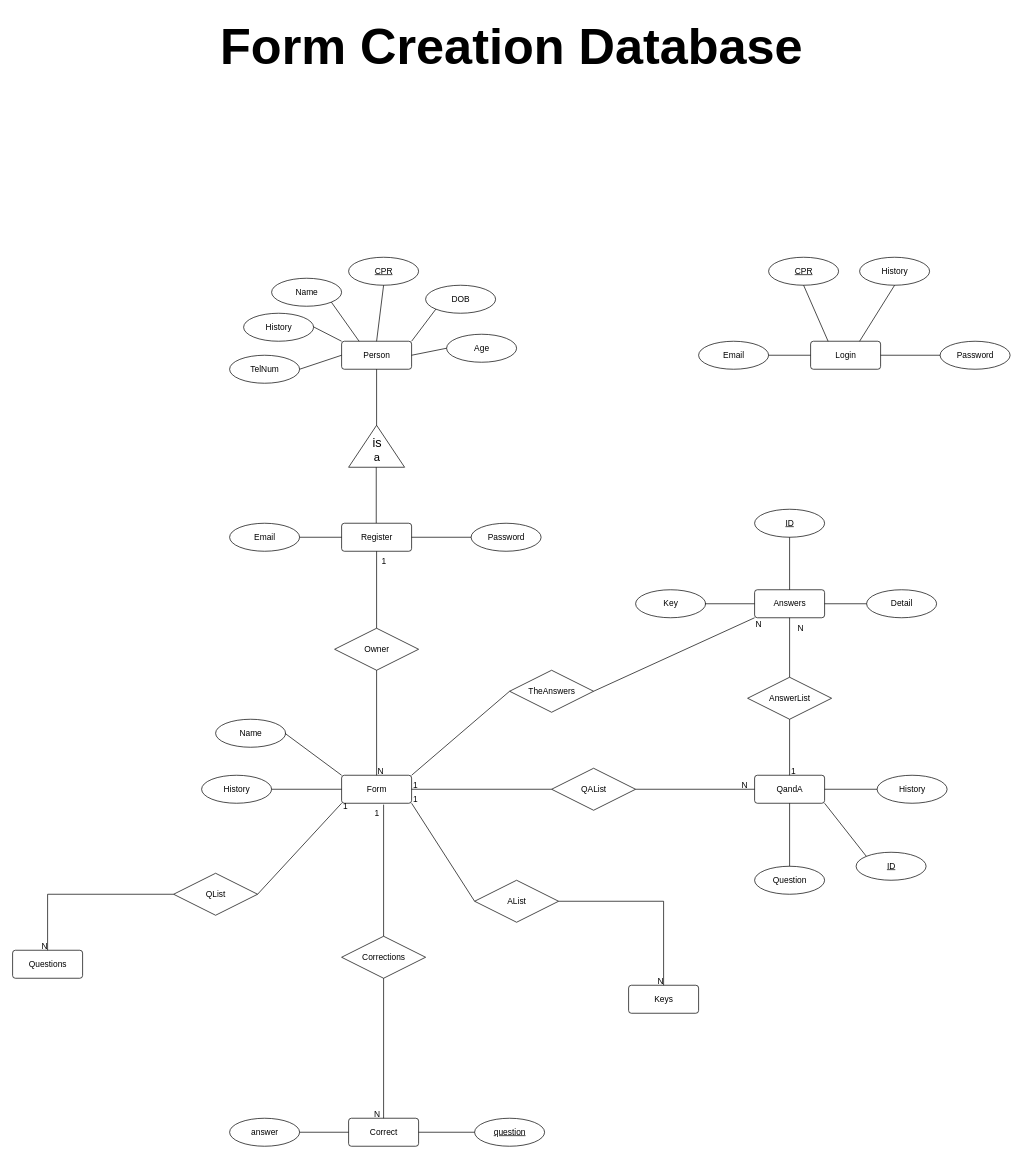
Above: Bahrainouna Project/Database_design.drawio in another4433/another4433 (draw.io), before the change. Source tidied: cells renumbered, new cells numbered last; positions are measured from the earlier drawing's top-left corner, leaving out a move shared by most shapes. Both pictures are drawn from the tidied source at 70%, with x=0, y=0 at pixel (13, 12).
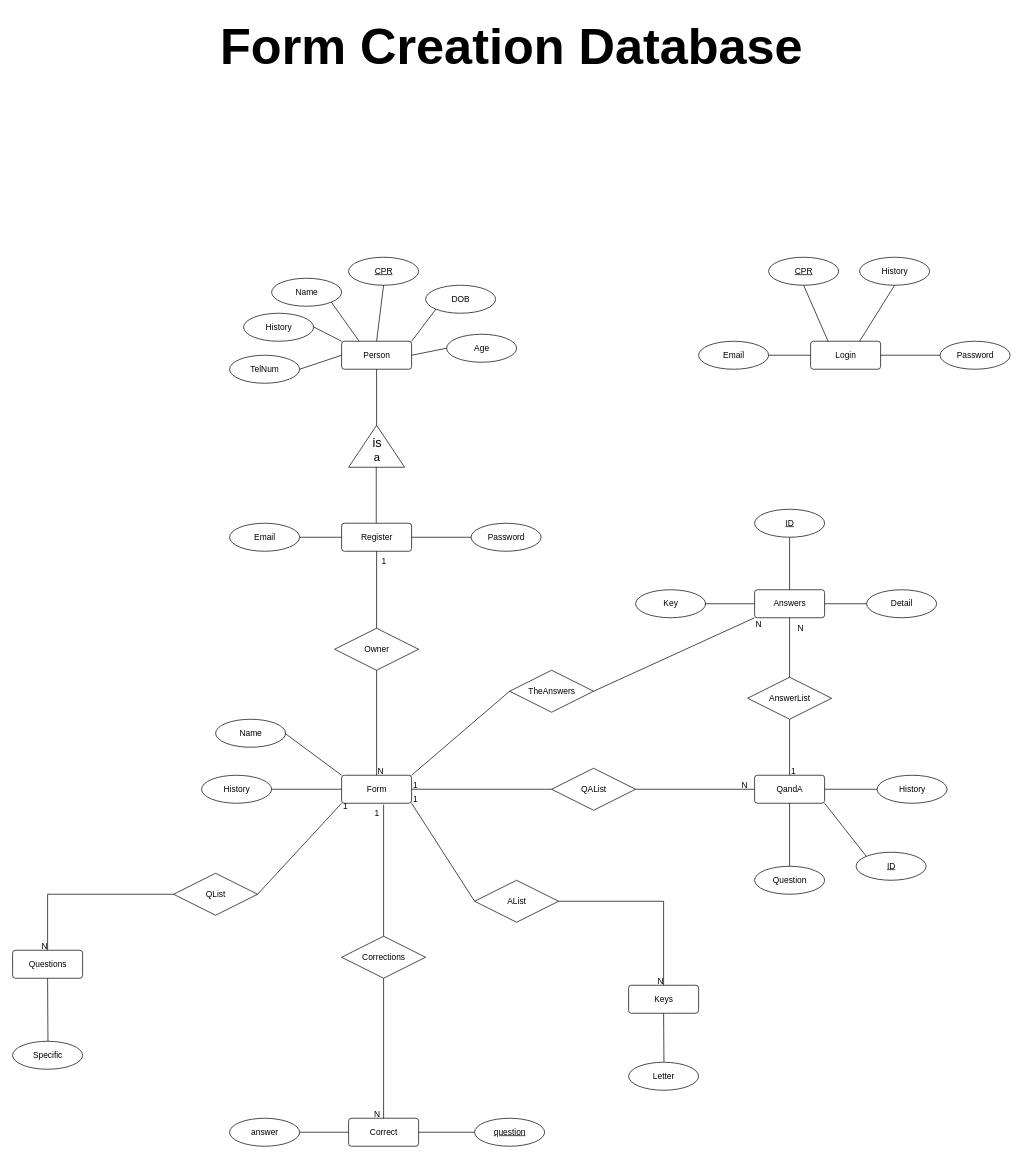
The same diagram, later.

What changed in the source:
```diff
@@
+    <mxCell id="94" style="endArrow=none;html=1;rounded=0;" parent="1" edge="1">
+      <mxGeometry relative="1" as="geometry">
+        <mxPoint x="50" y="1470" as="sourcePoint" />
+        <mxPoint x="49.5" y="1380" as="targetPoint" />
+      </mxGeometry>
+    </mxCell>
+    <mxCell id="95" value="Specific" style="ellipse;whiteSpace=wrap;html=1;align=center;" parent="1" vertex="1">
+      <mxGeometry x="-0.5" y="1470" width="100" height="40" as="geometry" />
+    </mxCell>
+    <mxCell id="96" style="endArrow=none;html=1;rounded=0;" parent="1" edge="1">
+      <mxGeometry relative="1" as="geometry">
+        <mxPoint x="930" y="1500" as="sourcePoint" />
+        <mxPoint x="929.5" y="1430" as="targetPoint" />
+      </mxGeometry>
+    </mxCell>
+    <mxCell id="97" value="Letter" style="ellipse;whiteSpace=wrap;html=1;align=center;" parent="1" vertex="1">
+      <mxGeometry x="879.5" y="1500" width="100" height="40" as="geometry" />
+    </mxCell>
```
